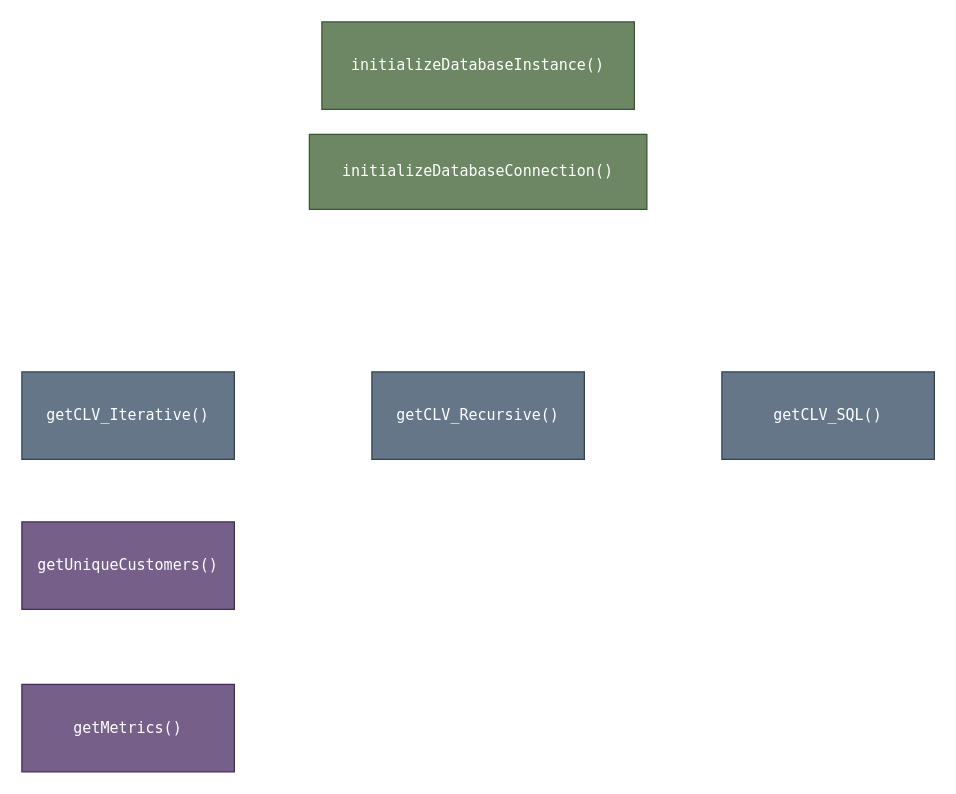
Earlier version of the draw.io diagram Task 2/Task2_Functions.drawio (Musiik-fn/622-Final-Project). Source tidied: cells renumbered, new cells numbered last; positions are measured from the earlier drawing's top-left corner, leaving out a move shared by most shapes. Both pictures are drawn from the tidied source at 125%, with x=0, y=0 at pixel (21, 21).
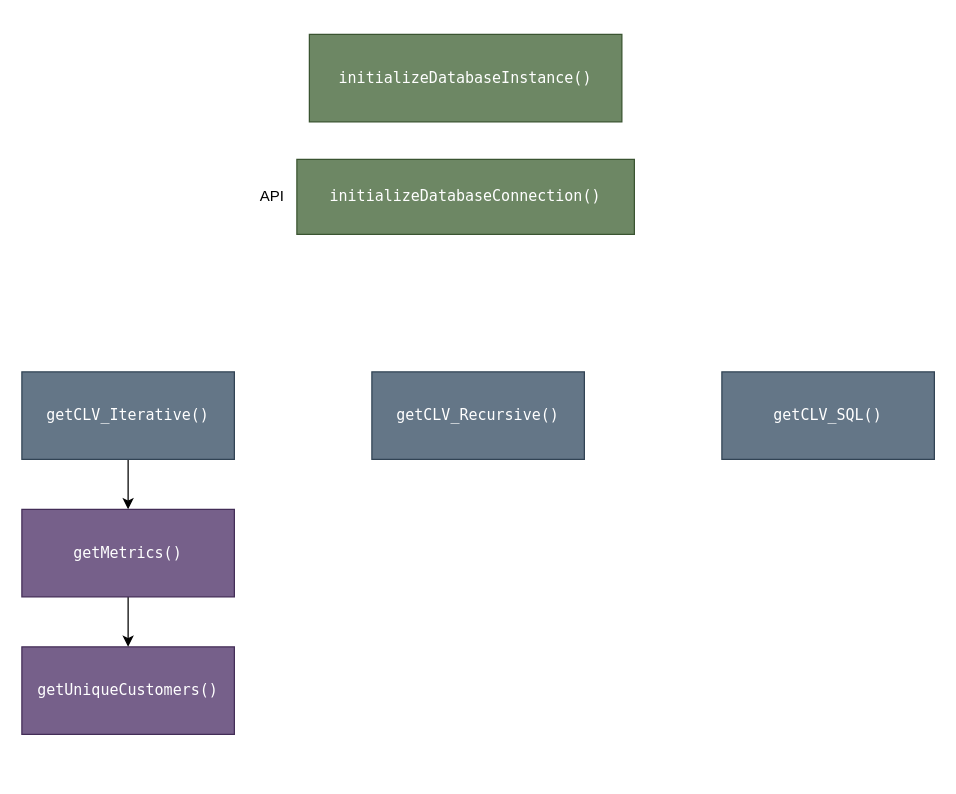
The same page after the edit.

Commit message (it also covers changes not shown here):
task 2 iterative completed.

The edit, as a diff of the source:
```diff
@@
 <mxGraphModel>
   <root>
     <mxCell id="0" />
     <mxCell id="1" parent="0" />
     <mxCell id="2" value="&lt;font face=&quot;Lucida Console&quot;&gt;initializeDatabaseInstance()&lt;/font&gt;" style="rounded=0;whiteSpace=wrap;html=1;fillColor=#6d8764;strokeColor=#3A5431;fontColor=#ffffff;" parent="1" vertex="1">
-      <mxGeometry x="240" width="250" height="70" as="geometry" />
+      <mxGeometry x="230" y="10" width="250" height="70" as="geometry" />
     </mxCell>
+    <mxCell id="9" style="edgeStyle=none;html=1;entryX=0.5;entryY=0;entryDx=0;entryDy=0;" parent="1" edge="1" source="3" target="7">
+      <mxGeometry relative="1" as="geometry" />
+    </mxCell>
     <mxCell id="3" value="&lt;font face=&quot;Lucida Console&quot;&gt;getCLV_Iterative()&lt;/font&gt;" style="rounded=0;whiteSpace=wrap;html=1;fillColor=#647687;strokeColor=#314354;fontColor=#ffffff;" parent="1" vertex="1">
       <mxGeometry y="280" width="170" height="70" as="geometry" />
     </mxCell>
     <mxCell id="4" value="&lt;font face=&quot;Lucida Console&quot;&gt;getCLV_Recursive()&lt;/font&gt;" style="rounded=0;whiteSpace=wrap;html=1;fillColor=#647687;strokeColor=#314354;fontColor=#ffffff;" parent="1" vertex="1">
       <mxGeometry x="280" y="280" width="170" height="70" as="geometry" />
     </mxCell>
     <mxCell id="5" value="&lt;font face=&quot;Lucida Console&quot;&gt;getCLV_SQL()&lt;/font&gt;" style="rounded=0;whiteSpace=wrap;html=1;fillColor=#647687;strokeColor=#314354;fontColor=#ffffff;" parent="1" vertex="1">
       <mxGeometry x="560" y="280" width="170" height="70" as="geometry" />
     </mxCell>
     <mxCell id="6" value="&lt;font face=&quot;Lucida Console&quot;&gt;getUniqueCustomers()&lt;/font&gt;" style="rounded=0;whiteSpace=wrap;html=1;fillColor=#76608a;strokeColor=#432D57;fontColor=#ffffff;" parent="1" vertex="1">
-      <mxGeometry y="400" width="170" height="70" as="geometry" />
+      <mxGeometry y="500" width="170" height="70" as="geometry" />
     </mxCell>
+    <mxCell id="10" style="edgeStyle=none;html=1;entryX=0.5;entryY=0;entryDx=0;entryDy=0;" parent="1" edge="1" source="7" target="6">
+      <mxGeometry relative="1" as="geometry" />
+    </mxCell>
     <mxCell id="7" value="&lt;font face=&quot;Lucida Console&quot;&gt;getMetrics()&lt;/font&gt;" style="rounded=0;whiteSpace=wrap;html=1;fillColor=#76608a;strokeColor=#432D57;fontColor=#ffffff;" parent="1" vertex="1">
-      <mxGeometry y="530" width="170" height="70" as="geometry" />
+      <mxGeometry y="390" width="170" height="70" as="geometry" />
     </mxCell>
     <mxCell id="8" value="&lt;font face=&quot;Lucida Console&quot;&gt;initializeDatabaseConnection()&lt;/font&gt;" style="rounded=0;whiteSpace=wrap;html=1;fillColor=#6d8764;strokeColor=#3A5431;fontColor=#ffffff;" parent="1" vertex="1">
-      <mxGeometry x="230" y="90" width="270" height="60" as="geometry" />
+      <mxGeometry x="220" y="110" width="270" height="60" as="geometry" />
     </mxCell>
+    <mxCell id="11" value="API" style="text;html=1;align=center;verticalAlign=middle;strokeColor=none;fillColor=none;" parent="1" vertex="1">
+      <mxGeometry x="180" y="125" width="40" height="30" as="geometry" />
+    </mxCell>
   </root>
 </mxGraphModel>
```
